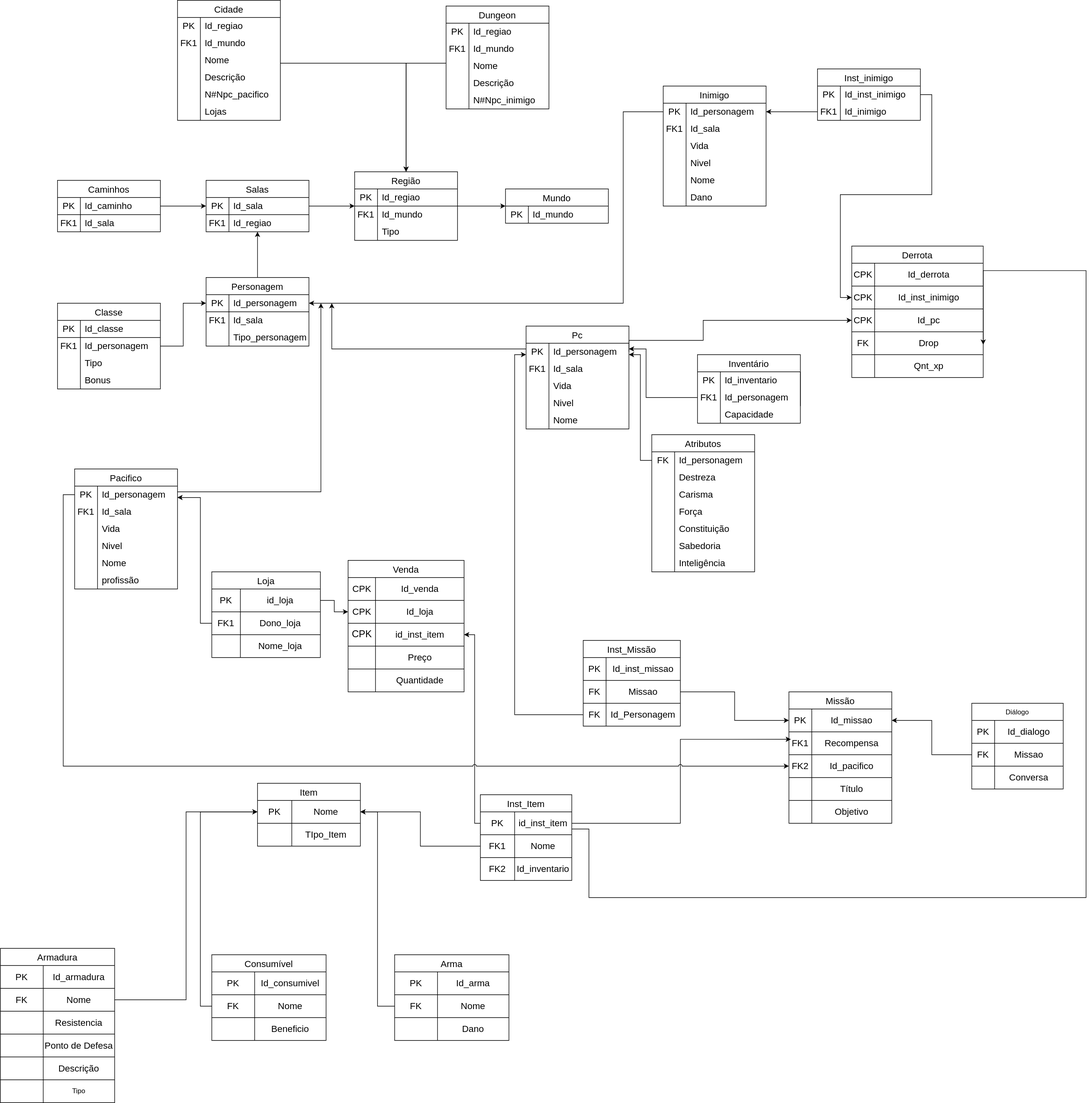
SBD1/2024.2-D-D-classico keeps this draw.io diagram as docs/modulo_01/MER.drawio.svg. Above is the earlier version. Source tidied: cells renumbered, new cells last; positions are measured from the earlier drawing's top-left corner, leaving out a move shared by most shapes.
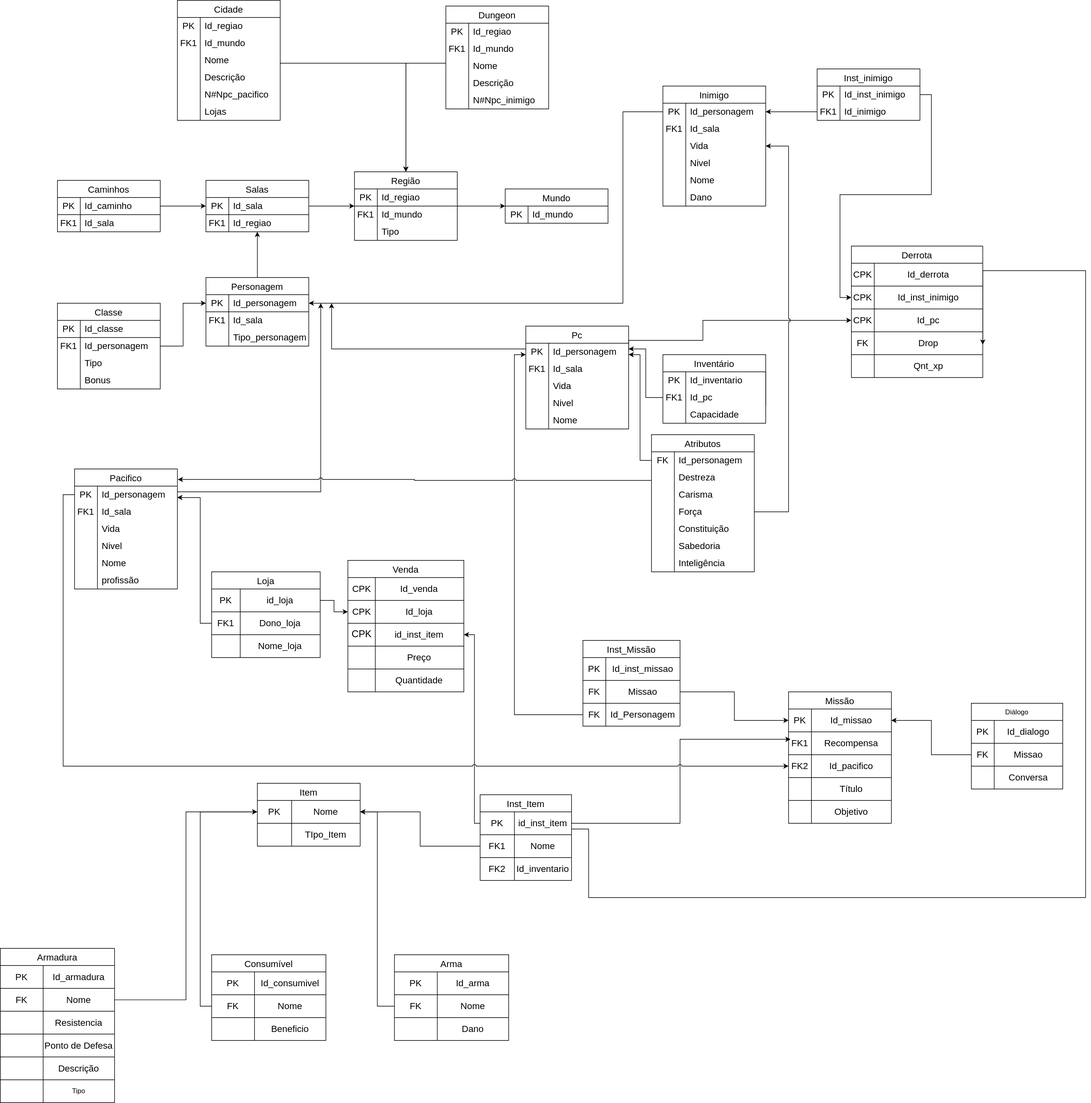
After the commit.

The edit, as a diff of the source:
```diff
@@ -163,7 +163,7 @@
       <mxGeometry x="360" y="540" width="180" height="10" as="geometry" />
     </mxCell>
     <mxCell id="51" value="Inventário" style="shape=table;startSize=30;rowLines=0;fontStyle=0;strokeColor=default;fontSize=16;" parent="1" vertex="1">
-      <mxGeometry x="1220" y="620" width="180" height="120" as="geometry" />
+      <mxGeometry x="1160" y="620" width="180" height="120" as="geometry" />
     </mxCell>
     <mxCell id="52" style="shape=tableRow;horizontal=0;startSize=0;swimlaneHead=0;swimlaneBody=0;top=0;left=0;bottom=0;right=0;fillColor=none;strokeColor=inherit;fontSize=16;" parent="51" vertex="1">
       <mxGeometry y="30" width="180" height="30" as="geometry" />
@@ -180,7 +180,7 @@
     <mxCell id="56" value="FK1" style="shape=partialRectangle;html=1;whiteSpace=wrap;fillColor=none;top=0;left=0;bottom=0;right=0;overflow=hidden;strokeColor=inherit;fontSize=16;" parent="55" vertex="1">
       <mxGeometry width="40" height="30" as="geometry" />
     </mxCell>
-    <mxCell id="57" value="Id_personagem" style="shape=partialRectangle;html=1;whiteSpace=wrap;fillColor=none;top=0;left=0;bottom=0;right=0;align=left;spacingLeft=6;overflow=hidden;strokeColor=inherit;fontSize=16;" parent="55" vertex="1">
+    <mxCell id="57" value="Id_pc" style="shape=partialRectangle;html=1;whiteSpace=wrap;fillColor=none;top=0;left=0;bottom=0;right=0;align=left;spacingLeft=6;overflow=hidden;strokeColor=inherit;fontSize=16;" parent="55" vertex="1">
       <mxGeometry x="40" width="140" height="30" as="geometry" />
     </mxCell>
     <mxCell id="58" style="whiteSpace=wrap;html=1;fontSize=16;startSize=30;fontStyle=0;" parent="55" vertex="1">
@@ -1108,7 +1108,7 @@
         </Array>
       </mxGeometry>
     </mxCell>
-    <mxCell id="348" style="edgeStyle=orthogonalEdgeStyle;rounded=0;jettySize=auto;html=1;endArrow=classic;endFill=1;" parent="1" edge="1" source="55">
+    <mxCell id="348" style="edgeStyle=orthogonalEdgeStyle;rounded=0;jettySize=auto;html=1;endArrow=classic;endFill=1;jumpStyle=arc;" parent="1" edge="1" source="55">
       <mxGeometry relative="1" as="geometry">
         <mxPoint x="1100" y="610" as="targetPoint" />
         <Array as="points">
@@ -1118,5 +1118,21 @@
         </Array>
       </mxGeometry>
     </mxCell>
+    <mxCell id="349" style="edgeStyle=orthogonalEdgeStyle;rounded=0;jettySize=auto;html=1;entryX=1.004;entryY=0.088;entryDx=0;entryDy=0;entryPerimeter=0;jumpStyle=arc;" parent="1" edge="1" source="210" target="228">
+      <mxGeometry relative="1" as="geometry">
+        <Array as="points">
+          <mxPoint x="725" y="840" />
+          <mxPoint x="725" y="838" />
+        </Array>
+      </mxGeometry>
+    </mxCell>
+    <mxCell id="350" style="edgeStyle=orthogonalEdgeStyle;rounded=0;jettySize=auto;html=1;entryX=1;entryY=0.5;entryDx=0;entryDy=0;jumpStyle=arc;" parent="1" edge="1" source="216" target="254">
+      <mxGeometry relative="1" as="geometry">
+        <Array as="points">
+          <mxPoint x="1380" y="895" />
+          <mxPoint x="1380" y="255" />
+        </Array>
+      </mxGeometry>
+    </mxCell>
   </root>
 </mxGraphModel>
```
